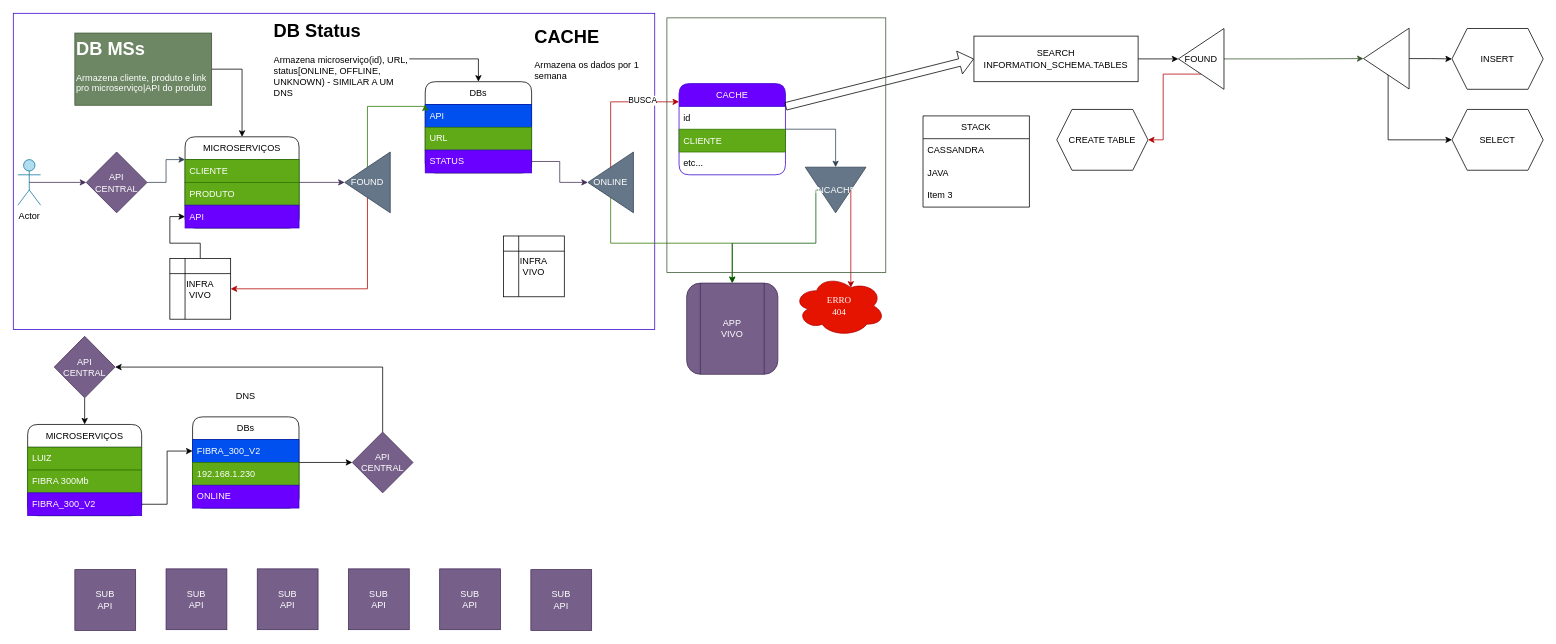
Before: VivoDiagramaExplicado.drawio in jvdon/DataHub-Diagrams, a draw.io diagram. Source tidied: cells renumbered, new cells numbered last; positions are measured from the earlier drawing's top-left corner, leaving out a move shared by most shapes. Both pictures are drawn from the tidied source at 76%, with x=0, y=0 at pixel (13, 13).
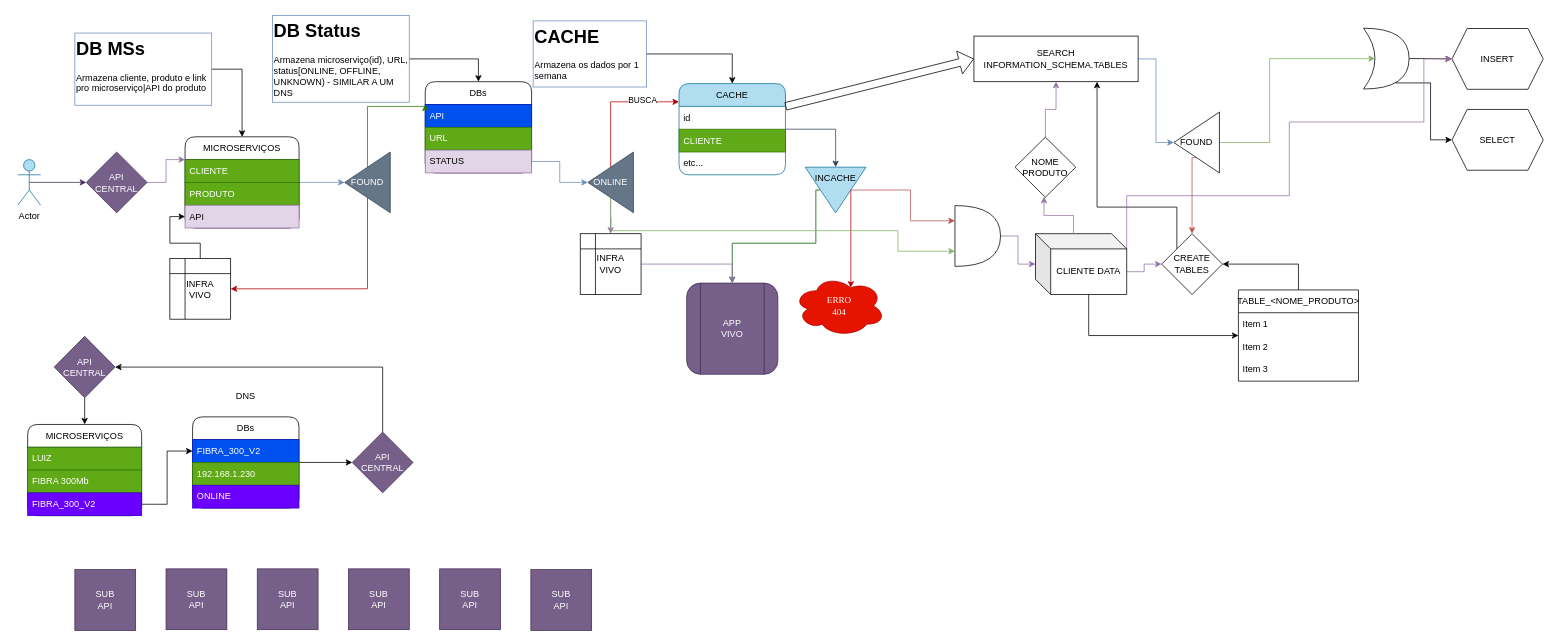
The same page after the edit.

Commit message:
Changed .drawio to add caching info

Unchanged cells that the change refers to:
```xml
<mxCell id="6" value="MICROSERVIÇOS" style="swimlane;fontStyle=0;horizontal=1;startSize=30;whiteSpace=wrap;html=1;rounded=1;" parent="1" vertex="1">
  <mxGeometry x="226" y="162.5" width="150" height="120" as="geometry" />
</mxCell>
<mxCell id="11" value="API&lt;div&gt;CENTRAL&lt;/div&gt;" style="rhombus;whiteSpace=wrap;html=1;fillColor=#76608a;fontColor=#ffffff;strokeColor=#432D57;" parent="1" vertex="1">
  <mxGeometry x="96" y="182.5" width="80" height="80" as="geometry" />
</mxCell>
<mxCell id="12" value="DBs" style="swimlane;fontStyle=0;horizontal=1;startSize=30;whiteSpace=wrap;html=1;rounded=1;" parent="1" vertex="1">
  <mxGeometry x="542" y="90" width="140" height="120" as="geometry" />
</mxCell>
<mxCell id="23" value="FOUND" style="triangle;whiteSpace=wrap;html=1;flipH=1;fillColor=#647687;fontColor=#ffffff;strokeColor=#314354;" parent="1" vertex="1">
  <mxGeometry x="436" y="182.5" width="60" height="80" as="geometry" />
</mxCell>
<mxCell id="25" value="ONLINE" style="triangle;whiteSpace=wrap;html=1;flipH=1;fillColor=#647687;fontColor=#ffffff;strokeColor=#314354;" parent="1" vertex="1">
  <mxGeometry x="756" y="182.5" width="60" height="80" as="geometry" />
</mxCell>
<mxCell id="29" value="APP&lt;div&gt;VIVO&lt;/div&gt;" style="shape=process;whiteSpace=wrap;html=1;backgroundOutline=1;rounded=1;fillColor=#76608a;fontColor=#ffffff;strokeColor=#432D57;align=center;" parent="1" vertex="1">
  <mxGeometry x="886" y="355" width="120" height="120" as="geometry" />
</mxCell>
<mxCell id="63" value="SEARCH&lt;div&gt;INFORMATION_SCHEMA.TABLES&lt;/div&gt;" style="rounded=0;whiteSpace=wrap;html=1;" parent="1" vertex="1">
  <mxGeometry x="1264" y="30" width="216" height="60" as="geometry" />
</mxCell>
<mxCell id="74" value="INSERT" style="shape=hexagon;perimeter=hexagonPerimeter2;whiteSpace=wrap;html=1;fixedSize=1;" parent="1" vertex="1">
  <mxGeometry x="1893" y="20" width="120" height="80" as="geometry" />
</mxCell>
<mxCell id="75" value="SELECT" style="shape=hexagon;perimeter=hexagonPerimeter2;whiteSpace=wrap;html=1;fixedSize=1;" parent="1" vertex="1">
  <mxGeometry x="1893" y="126.5" width="120" height="80" as="geometry" />
</mxCell>
```

What changed in the source:
```diff
@@
-    <mxCell id="2" style="rounded=0;whiteSpace=wrap;html=1;fillColor=none;fontColor=#ffffff;strokeColor=#3700CC;" parent="1" vertex="1">
-      <mxGeometry width="844" height="416" as="geometry" />
-    </mxCell>
@@
-    <mxCell id="5" style="edgeStyle=orthogonalEdgeStyle;rounded=0;jettySize=auto;html=1;entryX=0;entryY=0.5;entryDx=0;entryDy=0;fillColor=#76608a;strokeColor=#432D57;" parent="1" edge="1" source="6" target="23">
+    <mxCell id="5" style="edgeStyle=orthogonalEdgeStyle;rounded=0;jettySize=auto;html=1;entryX=0;entryY=0.5;entryDx=0;entryDy=0;fillColor=#dae8fc;strokeColor=#6c8ebf;" parent="1" edge="1" source="6" target="23">
       <mxGeometry relative="1" as="geometry" />
     </mxCell>
@@
-    <mxCell id="9" value="API" style="text;strokeColor=#3700CC;fillColor=#6a00ff;align=left;verticalAlign=middle;spacingLeft=4;spacingRight=4;overflow=hidden;points=[[0,0.5],[1,0.5]];portConstraint=eastwest;whiteSpace=wrap;html=1;fontColor=#ffffff;" parent="6" vertex="1">
+    <mxCell id="9" value="API" style="text;strokeColor=#9673a6;fillColor=#e1d5e7;align=left;verticalAlign=middle;spacingLeft=4;spacingRight=4;overflow=hidden;points=[[0,0.5],[1,0.5]];portConstraint=eastwest;whiteSpace=wrap;html=1;" parent="6" vertex="1">
       <mxGeometry y="90" width="150" height="30" as="geometry" />
     </mxCell>
-    <mxCell id="10" style="edgeStyle=orthogonalEdgeStyle;rounded=0;jettySize=auto;html=1;exitX=1;exitY=0.5;exitDx=0;exitDy=0;entryX=0;entryY=0.25;entryDx=0;entryDy=0;fillColor=#647687;strokeColor=#314354;" parent="1" edge="1" source="11" target="6">
+    <mxCell id="10" style="edgeStyle=orthogonalEdgeStyle;rounded=0;jettySize=auto;html=1;exitX=1;exitY=0.5;exitDx=0;exitDy=0;entryX=0;entryY=0.25;entryDx=0;entryDy=0;fillColor=#e1d5e7;strokeColor=#9673a6;" parent="1" edge="1" source="11" target="6">
       <mxGeometry relative="1" as="geometry" />
     </mxCell>
@@
-    <mxCell id="15" value="STATUS" style="text;strokeColor=#3700CC;fillColor=#6a00ff;align=left;verticalAlign=middle;spacingLeft=4;spacingRight=4;overflow=hidden;points=[[0,0.5],[1,0.5]];portConstraint=eastwest;whiteSpace=wrap;html=1;fontColor=#ffffff;" parent="12" vertex="1">
+    <mxCell id="15" value="STATUS" style="text;strokeColor=#9673a6;fillColor=#e1d5e7;align=left;verticalAlign=middle;spacingLeft=4;spacingRight=4;overflow=hidden;points=[[0,0.5],[1,0.5]];portConstraint=eastwest;whiteSpace=wrap;html=1;" parent="12" vertex="1">
       <mxGeometry y="90" width="140" height="30" as="geometry" />
     </mxCell>
@@
-    <mxCell id="17" value="CACHE" style="swimlane;fontStyle=0;horizontal=1;startSize=30;whiteSpace=wrap;html=1;fillColor=#6a00ff;fontColor=#ffffff;strokeColor=#3700CC;rounded=1;" parent="1" vertex="1">
+    <mxCell id="17" value="CACHE" style="swimlane;fontStyle=0;horizontal=1;startSize=30;whiteSpace=wrap;html=1;fillColor=#b1ddf0;strokeColor=#10739e;rounded=1;" parent="1" vertex="1">
       <mxGeometry x="876" y="92.5" width="140" height="120" as="geometry" />
     </mxCell>
@@
-    <mxCell id="24" style="edgeStyle=orthogonalEdgeStyle;rounded=0;jettySize=auto;html=1;exitX=0;exitY=0.75;exitDx=0;exitDy=0;entryX=0.5;entryY=0;entryDx=0;entryDy=0;fillColor=#60a917;strokeColor=#2D7600;" parent="1" edge="1" source="25" target="29">
-      <mxGeometry relative="1" as="geometry">
-        <Array as="points">
-          <mxPoint x="786" y="232.5" />
-          <mxPoint x="786" y="302.5" />
-          <mxPoint x="946" y="302.5" />
-        </Array>
-      </mxGeometry>
-    </mxCell>
+    <mxCell id="80" style="edgeStyle=orthogonalEdgeStyle;rounded=0;jettySize=auto;html=1;exitX=0.5;exitY=1;exitDx=0;exitDy=0;entryX=0.5;entryY=0;entryDx=0;entryDy=0;fillColor=#e1d5e7;strokeColor=#9673a6;" parent="1" edge="1" source="25" target="60">
+      <mxGeometry relative="1" as="geometry" />
+    </mxCell>
@@
-    <mxCell id="26" style="edgeStyle=orthogonalEdgeStyle;rounded=0;jettySize=auto;html=1;exitX=1;exitY=0.5;exitDx=0;exitDy=0;entryX=0;entryY=0.5;entryDx=0;entryDy=0;fillColor=#76608a;strokeColor=#432D57;" parent="1" edge="1" source="15" target="25">
+    <mxCell id="26" style="edgeStyle=orthogonalEdgeStyle;rounded=0;jettySize=auto;html=1;exitX=1;exitY=0.5;exitDx=0;exitDy=0;entryX=0;entryY=0.5;entryDx=0;entryDy=0;fillColor=#dae8fc;strokeColor=#6c8ebf;" parent="1" edge="1" source="15" target="25">
       <mxGeometry relative="1" as="geometry" />
     </mxCell>
@@
-    <mxCell id="33" value="INCACHE" style="triangle;whiteSpace=wrap;html=1;rotation=90;fillColor=#647687;fontColor=#ffffff;strokeColor=#314354;horizontal=0;" parent="1" vertex="1">
+    <mxCell id="33" value="INCACHE" style="triangle;whiteSpace=wrap;html=1;rotation=90;fillColor=#b1ddf0;strokeColor=#10739e;horizontal=0;verticalAlign=top;" parent="1" vertex="1">
       <mxGeometry x="1052" y="192.5" width="60" height="80" as="geometry" />
     </mxCell>
@@
-    <mxCell id="36" value="&lt;h1 style=&quot;margin-top: 0px;&quot;&gt;DB MSs&lt;/h1&gt;&lt;p&gt;Armazena cliente, produto e link pro microserviço|API do produto&lt;/p&gt;" style="text;html=1;whiteSpace=wrap;overflow=hidden;rounded=0;fillColor=#6d8764;fontColor=#ffffff;strokeColor=#3A5431;" parent="1" vertex="1">
+    <mxCell id="36" value="&lt;h1 style=&quot;margin-top: 0px;&quot;&gt;DB MSs&lt;/h1&gt;&lt;p&gt;Armazena cliente, produto e link pro microserviço|API do produto&lt;/p&gt;" style="text;html=1;whiteSpace=wrap;overflow=hidden;rounded=0;fillColor=none;strokeColor=#6c8ebf;" parent="1" vertex="1">
       <mxGeometry x="81" y="26" width="180" height="95" as="geometry" />
     </mxCell>
@@
-    <mxCell id="38" value="&lt;h1 style=&quot;margin-top: 0px;&quot;&gt;DB Status&lt;/h1&gt;&lt;p&gt;Armazena microserviço(id), URL, status[ONLINE, OFFLINE, UNKNOWN) - SIMILAR A UM DNS&lt;/p&gt;" style="text;html=1;whiteSpace=wrap;overflow=hidden;rounded=0;" parent="1" vertex="1">
+    <mxCell id="38" value="&lt;h1 style=&quot;margin-top: 0px;&quot;&gt;DB Status&lt;/h1&gt;&lt;p&gt;Armazena microserviço(id), URL, status[ONLINE, OFFLINE, UNKNOWN) - SIMILAR A UM DNS&lt;/p&gt;" style="text;html=1;whiteSpace=wrap;overflow=hidden;rounded=0;fillColor=none;strokeColor=#6c8ebf;" parent="1" vertex="1">
       <mxGeometry x="341" y="3" width="180" height="114" as="geometry" />
     </mxCell>
@@
+    <mxCell id="81" style="edgeStyle=orthogonalEdgeStyle;rounded=0;jettySize=auto;html=1;exitX=1;exitY=0.5;exitDx=0;exitDy=0;entryX=0.5;entryY=0;entryDx=0;entryDy=0;" parent="1" edge="1" source="59" target="17">
+      <mxGeometry relative="1" as="geometry" />
+    </mxCell>
-    <mxCell id="59" value="&lt;h1 style=&quot;margin-top: 0px;&quot;&gt;CACHE&lt;/h1&gt;&lt;p&gt;Armazena os dados por 1 semana&lt;/p&gt;" style="text;html=1;whiteSpace=wrap;overflow=hidden;rounded=0;" parent="1" vertex="1">
+    <mxCell id="59" value="&lt;h1 style=&quot;margin-top: 0px;&quot;&gt;CACHE&lt;/h1&gt;&lt;p&gt;Armazena os dados por 1 semana&lt;/p&gt;" style="text;html=1;whiteSpace=wrap;overflow=hidden;rounded=0;fillColor=none;strokeColor=#6c8ebf;" parent="1" vertex="1">
       <mxGeometry x="684" y="10" width="149" height="87" as="geometry" />
     </mxCell>
+    <mxCell id="82" style="edgeStyle=orthogonalEdgeStyle;rounded=0;jettySize=auto;html=1;exitX=1;exitY=0.5;exitDx=0;exitDy=0;entryX=0.5;entryY=0;entryDx=0;entryDy=0;fillColor=#e1d5e7;strokeColor=#9673a6;" parent="1" edge="1" source="60" target="29">
+      <mxGeometry relative="1" as="geometry" />
+    </mxCell>
     <mxCell id="60" value="INFRA&lt;div&gt;VIVO&lt;/div&gt;" style="shape=internalStorage;whiteSpace=wrap;html=1;backgroundOutline=1;" parent="1" vertex="1">
-      <mxGeometry x="645" y="293" width="80" height="80" as="geometry" />
+      <mxGeometry x="746" y="290" width="80" height="80" as="geometry" />
     </mxCell>
@@
-    <mxCell id="62" style="edgeStyle=orthogonalEdgeStyle;rounded=0;jettySize=auto;html=1;exitX=1;exitY=0.5;exitDx=0;exitDy=0;entryX=0;entryY=0.5;entryDx=0;entryDy=0;" parent="1" edge="1" source="63" target="68">
+    <mxCell id="62" style="edgeStyle=orthogonalEdgeStyle;rounded=0;jettySize=auto;html=1;exitX=1;exitY=0.5;exitDx=0;exitDy=0;entryX=0;entryY=0.5;entryDx=0;entryDy=0;fillColor=#dae8fc;strokeColor=#6c8ebf;" parent="1" edge="1" source="63" target="68">
       <mxGeometry relative="1" as="geometry" />
     </mxCell>
@@
-    <mxCell id="66" style="edgeStyle=orthogonalEdgeStyle;rounded=0;jettySize=auto;html=1;exitX=1;exitY=0.5;exitDx=0;exitDy=0;fillColor=#6d8764;strokeColor=#3A5431;" parent="1" edge="1" source="68" target="71">
-      <mxGeometry relative="1" as="geometry" />
+    <mxCell id="66" style="edgeStyle=orthogonalEdgeStyle;rounded=0;jettySize=auto;html=1;exitX=1;exitY=0.5;exitDx=0;exitDy=0;fillColor=#d5e8d4;strokeColor=#82b366;entryX=0.25;entryY=0.5;entryDx=0;entryDy=0;entryPerimeter=0;" parent="1" edge="1" source="68" target="71">
+      <mxGeometry relative="1" as="geometry">
+        <Array as="points">
+          <mxPoint x="1653" y="170" />
+          <mxPoint x="1653" y="60" />
+        </Array>
+      </mxGeometry>
     </mxCell>
-    <mxCell id="67" style="edgeStyle=orthogonalEdgeStyle;rounded=0;jettySize=auto;html=1;exitX=0.5;exitY=1;exitDx=0;exitDy=0;entryX=1;entryY=0.5;entryDx=0;entryDy=0;fillColor=#e51400;strokeColor=#B20000;" parent="1" edge="1" source="68" target="73">
-      <mxGeometry relative="1" as="geometry" />
-    </mxCell>
+    <mxCell id="83" style="edgeStyle=orthogonalEdgeStyle;rounded=0;jettySize=auto;html=1;exitX=0.5;exitY=1;exitDx=0;exitDy=0;fillColor=#f8cecc;strokeColor=#b85450;" parent="1" edge="1" source="68" target="85">
+      <mxGeometry relative="1" as="geometry">
+        <Array as="points">
+          <mxPoint x="1551" y="190" />
+        </Array>
+      </mxGeometry>
+    </mxCell>
     <mxCell id="68" value="FOUND" style="triangle;whiteSpace=wrap;html=1;flipH=1;" parent="1" vertex="1">
-      <mxGeometry x="1533" y="20" width="60" height="80" as="geometry" />
+      <mxGeometry x="1527" y="130" width="60" height="80" as="geometry" />
     </mxCell>
-    <mxCell id="69" style="edgeStyle=orthogonalEdgeStyle;rounded=0;jettySize=auto;html=1;exitX=0.5;exitY=1;exitDx=0;exitDy=0;entryX=0;entryY=0.5;entryDx=0;entryDy=0;" parent="1" edge="1" source="71" target="75">
-      <mxGeometry relative="1" as="geometry">
-        <Array as="points">
-          <mxPoint x="1809" y="80" />
-          <mxPoint x="1809" y="166" />
-        </Array>
-      </mxGeometry>
+    <mxCell id="69" style="edgeStyle=orthogonalEdgeStyle;rounded=0;jettySize=auto;html=1;exitX=0.7;exitY=0.9;exitDx=0;exitDy=0;exitPerimeter=0;entryX=0;entryY=0.5;entryDx=0;entryDy=0;" parent="1" edge="1" source="71" target="75">
+      <mxGeometry relative="1" as="geometry" />
     </mxCell>
-    <mxCell id="70" style="edgeStyle=orthogonalEdgeStyle;rounded=0;jettySize=auto;html=1;exitX=1;exitY=0.5;exitDx=0;exitDy=0;entryX=0;entryY=0.5;entryDx=0;entryDy=0;" parent="1" edge="1" source="71" target="74">
+    <mxCell id="70" style="edgeStyle=orthogonalEdgeStyle;rounded=0;jettySize=auto;html=1;exitX=1;exitY=0.5;exitDx=0;exitDy=0;exitPerimeter=0;entryX=0;entryY=0.5;entryDx=0;entryDy=0;" parent="1" edge="1" source="71" target="74">
       <mxGeometry relative="1" as="geometry" />
     </mxCell>
-    <mxCell id="71" style="triangle;whiteSpace=wrap;html=1;flipH=1;" parent="1" vertex="1">
+    <mxCell id="71" style="whiteSpace=wrap;html=1;flipH=0;shape=xor;" parent="1" vertex="1">
       <mxGeometry x="1776.6" y="19.6" width="60" height="80" as="geometry" />
     </mxCell>
-    <mxCell id="72" style="rounded=0;whiteSpace=wrap;html=1;fillColor=none;fontColor=#ffffff;strokeColor=#3A5431;" parent="1" vertex="1">
-      <mxGeometry x="860" y="6" width="288" height="335" as="geometry" />
-    </mxCell>
-    <mxCell id="73" value="CREATE TABLE" style="shape=hexagon;perimeter=hexagonPerimeter2;whiteSpace=wrap;html=1;fixedSize=1;" parent="1" vertex="1">
-      <mxGeometry x="1373" y="126.5" width="120" height="80" as="geometry" />
-    </mxCell>
@@
-    <mxCell id="76" value="STACK" style="swimlane;fontStyle=0;horizontal=1;startSize=30;whiteSpace=wrap;html=1;" parent="1" vertex="1">
-      <mxGeometry x="1197" y="135" width="140" height="120" as="geometry" />
-    </mxCell>
-    <mxCell id="77" value="CASSANDRA" style="text;strokeColor=none;fillColor=none;align=left;verticalAlign=middle;spacingLeft=4;spacingRight=4;overflow=hidden;whiteSpace=wrap;html=1;" parent="76" vertex="1">
-      <mxGeometry y="30" width="140" height="30" as="geometry" />
-    </mxCell>
-    <mxCell id="78" value="JAVA" style="text;strokeColor=none;fillColor=none;align=left;verticalAlign=middle;spacingLeft=4;spacingRight=4;overflow=hidden;whiteSpace=wrap;html=1;" parent="76" vertex="1">
-      <mxGeometry y="60" width="140" height="30" as="geometry" />
-    </mxCell>
+    <mxCell id="84" style="edgeStyle=orthogonalEdgeStyle;rounded=0;jettySize=auto;html=1;exitX=0;exitY=0;exitDx=0;exitDy=0;entryX=0.75;entryY=1;entryDx=0;entryDy=0;" parent="1" edge="1" source="85" target="63">
+      <mxGeometry relative="1" as="geometry">
+        <Array as="points">
+          <mxPoint x="1531" y="255" />
+          <mxPoint x="1426" y="255" />
+        </Array>
+      </mxGeometry>
+    </mxCell>
+    <mxCell id="85" value="CREATE&lt;div&gt;TABLES&lt;/div&gt;" style="rhombus;whiteSpace=wrap;html=1;" parent="1" vertex="1">
+      <mxGeometry x="1511" y="290" width="80" height="80" as="geometry" />
+    </mxCell>
+    <mxCell id="86" style="edgeStyle=orthogonalEdgeStyle;rounded=0;jettySize=auto;html=1;exitX=1;exitY=0.5;exitDx=0;exitDy=0;exitPerimeter=0;fillColor=#e1d5e7;strokeColor=#9673a6;" parent="1" edge="1" source="87" target="93">
+      <mxGeometry relative="1" as="geometry" />
+    </mxCell>
+    <mxCell id="87" style="shape=or;whiteSpace=wrap;html=1;" parent="1" vertex="1">
+      <mxGeometry x="1239" y="253" width="60" height="80" as="geometry" />
+    </mxCell>
+    <mxCell id="88" style="edgeStyle=orthogonalEdgeStyle;rounded=0;jettySize=auto;html=1;exitX=0.5;exitY=0;exitDx=0;exitDy=0;entryX=0;entryY=0.25;entryDx=0;entryDy=0;entryPerimeter=0;fillColor=#f8cecc;strokeColor=#b85450;" parent="1" edge="1" source="33" target="87">
+      <mxGeometry relative="1" as="geometry" />
+    </mxCell>
+    <mxCell id="89" style="edgeStyle=orthogonalEdgeStyle;rounded=0;jettySize=auto;html=1;exitX=0.5;exitY=1;exitDx=0;exitDy=0;entryX=0;entryY=0.75;entryDx=0;entryDy=0;entryPerimeter=0;fillColor=#d5e8d4;strokeColor=#82b366;" parent="1" edge="1" source="25" target="87">
+      <mxGeometry relative="1" as="geometry">
+        <Array as="points">
+          <mxPoint x="786" y="286" />
+          <mxPoint x="1164" y="286" />
+          <mxPoint x="1164" y="313" />
+        </Array>
+      </mxGeometry>
+    </mxCell>
+    <mxCell id="90" style="edgeStyle=orthogonalEdgeStyle;rounded=0;jettySize=auto;html=1;exitX=0;exitY=0;exitDx=120;exitDy=50;exitPerimeter=0;entryX=0;entryY=0.5;entryDx=0;entryDy=0;fillColor=#e1d5e7;strokeColor=#9673a6;" parent="1" edge="1" source="93" target="85">
+      <mxGeometry relative="1" as="geometry" />
+    </mxCell>
+    <mxCell id="91" style="edgeStyle=orthogonalEdgeStyle;rounded=0;jettySize=auto;html=1;exitX=0;exitY=0;exitDx=70;exitDy=80;exitPerimeter=0;" parent="1" edge="1" source="93" target="98">
+      <mxGeometry relative="1" as="geometry" />
+    </mxCell>
+    <mxCell id="92" style="edgeStyle=orthogonalEdgeStyle;rounded=0;jettySize=auto;html=1;exitX=0;exitY=0;exitDx=120;exitDy=20;exitPerimeter=0;entryX=0;entryY=0.5;entryDx=0;entryDy=0;fillColor=#e1d5e7;strokeColor=#9673a6;" parent="1" edge="1" source="93" target="74">
+      <mxGeometry relative="1" as="geometry">
+        <Array as="points">
+          <mxPoint x="1465" y="240" />
+          <mxPoint x="1679" y="240" />
+          <mxPoint x="1679" y="143" />
+          <mxPoint x="1856" y="143" />
+          <mxPoint x="1856" y="60" />
+        </Array>
+      </mxGeometry>
+    </mxCell>
+    <mxCell id="93" value="CLIENTE DATA" style="shape=cube;whiteSpace=wrap;html=1;boundedLbl=1;backgroundOutline=1;darkOpacity=0.05;darkOpacity2=0.1;" parent="1" vertex="1">
+      <mxGeometry x="1345" y="290" width="120" height="80" as="geometry" />
+    </mxCell>
+    <mxCell id="94" style="edgeStyle=orthogonalEdgeStyle;rounded=0;jettySize=auto;html=1;exitX=0.5;exitY=0;exitDx=0;exitDy=0;entryX=0.5;entryY=1;entryDx=0;entryDy=0;fillColor=#e1d5e7;strokeColor=#9673a6;" parent="1" edge="1" source="95" target="63">
+      <mxGeometry relative="1" as="geometry" />
+    </mxCell>
+    <mxCell id="95" value="&lt;div&gt;NOME&lt;/div&gt;PRODUTO" style="rhombus;whiteSpace=wrap;html=1;" parent="1" vertex="1">
+      <mxGeometry x="1318" y="163" width="80" height="79" as="geometry" />
+    </mxCell>
+    <mxCell id="96" style="edgeStyle=orthogonalEdgeStyle;rounded=0;jettySize=auto;html=1;exitX=0;exitY=0;exitDx=50.00000000000001;exitDy=0;exitPerimeter=0;entryX=0.478;entryY=0.992;entryDx=0;entryDy=0;entryPerimeter=0;fillColor=#e1d5e7;strokeColor=#9673a6;" parent="1" edge="1" source="93" target="95">
+      <mxGeometry relative="1" as="geometry" />
+    </mxCell>
+    <mxCell id="97" style="edgeStyle=orthogonalEdgeStyle;rounded=0;jettySize=auto;html=1;exitX=0.5;exitY=0;exitDx=0;exitDy=0;entryX=1;entryY=0.5;entryDx=0;entryDy=0;" parent="1" edge="1" source="98" target="85">
+      <mxGeometry relative="1" as="geometry" />
+    </mxCell>
+    <mxCell id="98" value="TABLE_&amp;lt;NOME_PRODUTO&amp;gt;" style="swimlane;fontStyle=0;horizontal=1;startSize=30;whiteSpace=wrap;html=1;" parent="1" vertex="1">
+      <mxGeometry x="1612" y="364" width="158" height="120" as="geometry" />
+    </mxCell>
+    <mxCell id="99" value="Item 1" style="text;strokeColor=none;fillColor=none;align=left;verticalAlign=middle;spacingLeft=4;spacingRight=4;overflow=hidden;whiteSpace=wrap;html=1;" parent="98" vertex="1">
+      <mxGeometry y="30" width="158" height="30" as="geometry" />
+    </mxCell>
+    <mxCell id="100" value="Item 2" style="text;strokeColor=none;fillColor=none;align=left;verticalAlign=middle;spacingLeft=4;spacingRight=4;overflow=hidden;whiteSpace=wrap;html=1;" parent="98" vertex="1">
+      <mxGeometry y="60" width="158" height="30" as="geometry" />
+    </mxCell>
-    <mxCell id="79" value="Item 3" style="text;strokeColor=none;fillColor=none;align=left;verticalAlign=middle;spacingLeft=4;spacingRight=4;overflow=hidden;whiteSpace=wrap;html=1;" parent="76" vertex="1">
-      <mxGeometry y="90" width="140" height="30" as="geometry" />
+    <mxCell id="79" value="Item 3" style="text;strokeColor=none;fillColor=none;align=left;verticalAlign=middle;spacingLeft=4;spacingRight=4;overflow=hidden;whiteSpace=wrap;html=1;" parent="98" vertex="1">
+      <mxGeometry y="90" width="158" height="30" as="geometry" />
     </mxCell>
```
